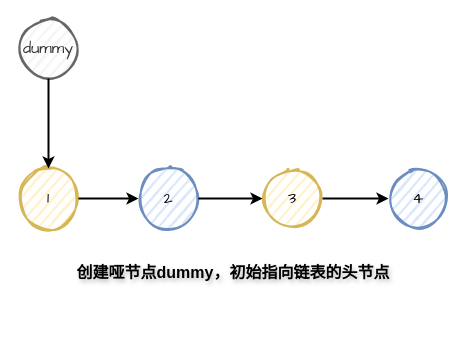
Before: page "Page-1" (1 of 2) of 24-swap-nodes-in-pairs.drawio in LuoSue/sscdn, a draw.io diagram. Source tidied: cells renumbered, new cells numbered last; positions are measured from the earlier drawing's top-left corner, leaving out a move shared by most shapes. Both pictures are drawn from the tidied source at 100%, with x=0, y=0 at pixel (18, 18).
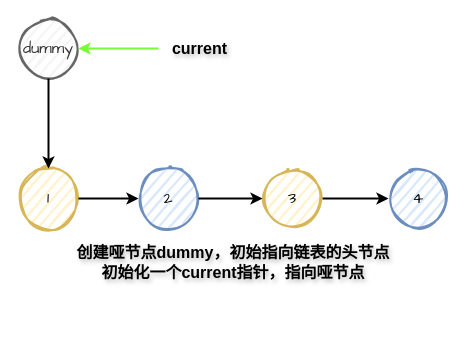
The same page after the edit.

What changed in the source:
```diff
@@
 <mxGraphModel>
   <root>
     <mxCell id="0" />
     <mxCell id="1" parent="0" />
     <mxCell id="2" value="1" style="ellipse;whiteSpace=wrap;html=1;strokeWidth=2;fillWeight=2;hachureGap=8;fillColor=#fff2cc;fillStyle=dots;sketch=1;strokeColor=#d6b656;fontFamily=Comic Sans MS;fontSize=16;" parent="1" vertex="1">
       <mxGeometry y="150" width="60" height="60" as="geometry" />
     </mxCell>
     <mxCell id="3" value="2" style="ellipse;whiteSpace=wrap;html=1;strokeWidth=2;fillWeight=2;hachureGap=8;fillColor=#dae8fc;fillStyle=dots;sketch=1;strokeColor=#6c8ebf;fontFamily=Comic Sans MS;fontSize=16;" parent="1" vertex="1">
       <mxGeometry x="120" y="150" width="60" height="60" as="geometry" />
     </mxCell>
     <mxCell id="4" value="3" style="ellipse;whiteSpace=wrap;html=1;strokeWidth=2;fillWeight=2;hachureGap=8;fillColor=#fff2cc;fillStyle=dots;sketch=1;strokeColor=#d6b656;fontFamily=Comic Sans MS;fontSize=16;" parent="1" vertex="1">
       <mxGeometry x="244" y="150" width="60" height="60" as="geometry" />
     </mxCell>
     <mxCell id="5" value="4" style="ellipse;whiteSpace=wrap;html=1;strokeWidth=2;fillWeight=2;hachureGap=8;fillColor=#dae8fc;fillStyle=dots;sketch=1;strokeColor=#6c8ebf;fontFamily=Comic Sans MS;fontSize=16;" parent="1" vertex="1">
       <mxGeometry x="370" y="150" width="60" height="60" as="geometry" />
     </mxCell>
     <mxCell id="6" style="endArrow=classic;html=1;rounded=0;strokeWidth=2;exitX=1;exitY=0.5;exitDx=0;exitDy=0;entryX=0;entryY=0.5;entryDx=0;entryDy=0;" parent="1" edge="1" source="2" target="3">
       <mxGeometry relative="1" as="geometry" />
     </mxCell>
     <mxCell id="7" style="endArrow=classic;html=1;rounded=0;strokeWidth=2;exitX=1;exitY=0.5;exitDx=0;exitDy=0;entryX=0;entryY=0.5;entryDx=0;entryDy=0;" parent="1" edge="1" source="3" target="4">
       <mxGeometry relative="1" as="geometry" />
     </mxCell>
     <mxCell id="8" style="endArrow=classic;html=1;rounded=0;strokeWidth=2;exitX=1;exitY=0.5;exitDx=0;exitDy=0;entryX=0;entryY=0.5;entryDx=0;entryDy=0;" parent="1" edge="1" source="4" target="5">
       <mxGeometry relative="1" as="geometry" />
     </mxCell>
     <mxCell id="9" value="dummy" style="ellipse;whiteSpace=wrap;html=1;strokeWidth=2;fillWeight=2;hachureGap=8;fillColor=#f5f5f5;fillStyle=dots;sketch=1;strokeColor=#666666;fontFamily=Comic Sans MS;fontSize=16;fontColor=#333333;" parent="1" vertex="1">
       <mxGeometry width="60" height="60" as="geometry" />
     </mxCell>
     <mxCell id="10" style="endArrow=classic;html=1;rounded=0;strokeWidth=2;exitX=0.5;exitY=1;exitDx=0;exitDy=0;entryX=0.5;entryY=0;entryDx=0;entryDy=0;" parent="1" edge="1" source="9" target="2">
       <mxGeometry relative="1" as="geometry" />
     </mxCell>
-    <mxCell id="11" value="&lt;b&gt;创建哑节点dummy，初始指向链表的头节点&lt;/b&gt;" style="text;html=1;align=center;verticalAlign=middle;whiteSpace=wrap;rounded=0;fontSize=16;textShadow=1;fontFamily=HarmonyOS Sans;" parent="1" vertex="1">
-      <mxGeometry x="30" y="180" width="370" height="148" as="geometry" />
+    <mxCell id="11" value="&lt;b&gt;创建哑节点dummy，初始指向链表的头节点&lt;br&gt;初始化一个current指针，指向哑节点&lt;/b&gt;" style="text;html=1;align=center;verticalAlign=middle;whiteSpace=wrap;rounded=0;fontSize=16;textShadow=1;fontFamily=HarmonyOS Sans;" parent="1" vertex="1">
+      <mxGeometry x="30" y="170" width="370" height="148" as="geometry" />
     </mxCell>
+    <mxCell id="12" style="endArrow=classic;html=1;rounded=0;strokeWidth=2;entryX=1;entryY=0.5;entryDx=0;entryDy=0;curved=0;strokeColor=#77FC35;" parent="1" edge="1" target="9">
+      <mxGeometry relative="1" as="geometry">
+        <mxPoint x="140" y="30" as="sourcePoint" />
+      </mxGeometry>
+    </mxCell>
+    <mxCell id="13" value="&lt;b&gt;current&lt;/b&gt;" style="text;html=1;align=center;verticalAlign=middle;whiteSpace=wrap;rounded=0;fontSize=16;textShadow=1;fontFamily=HarmonyOS Sans;" parent="1" vertex="1">
+      <mxGeometry x="119" y="5" width="125" height="50" as="geometry" />
+    </mxCell>
   </root>
 </mxGraphModel>
```
